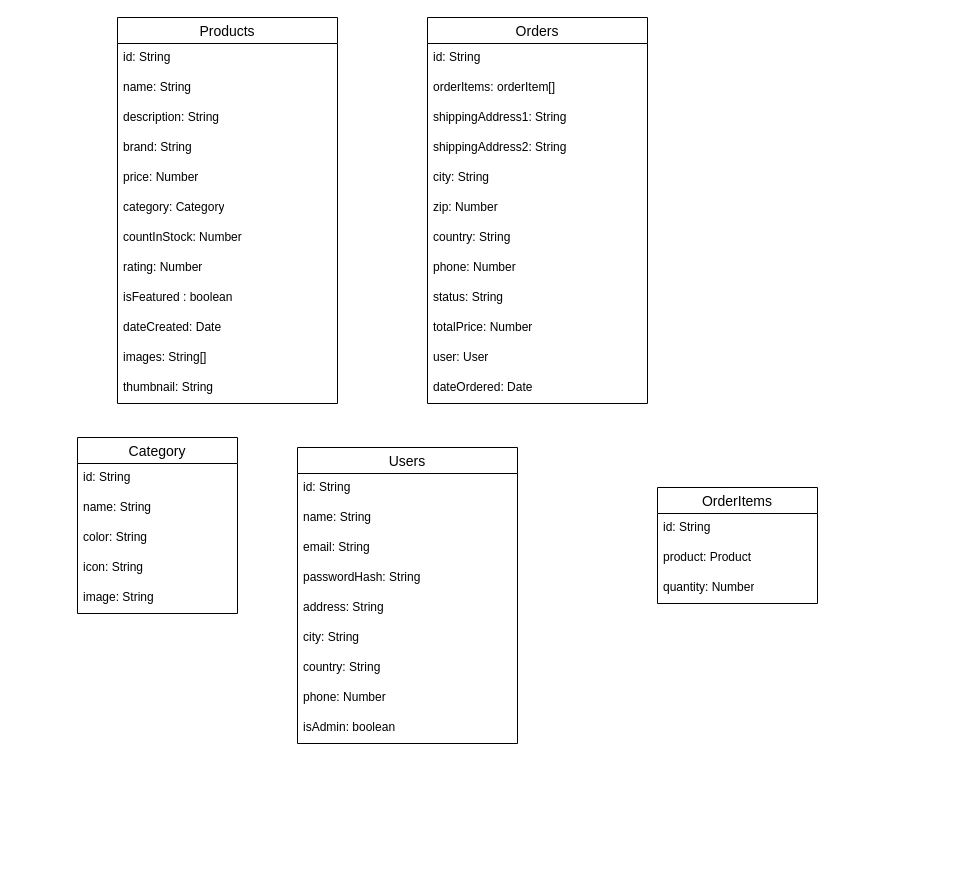
Earlier version of the draw.io diagram ecommerce_ERD.drawio (KhuzaimaKhalid/E-Shop). Source tidied: cells renumbered, new cells numbered last; positions are measured from the earlier drawing's top-left corner, leaving out a move shared by most shapes. Both pictures are drawn from the tidied source at 100%, with x=0, y=0 at pixel (77, 17).
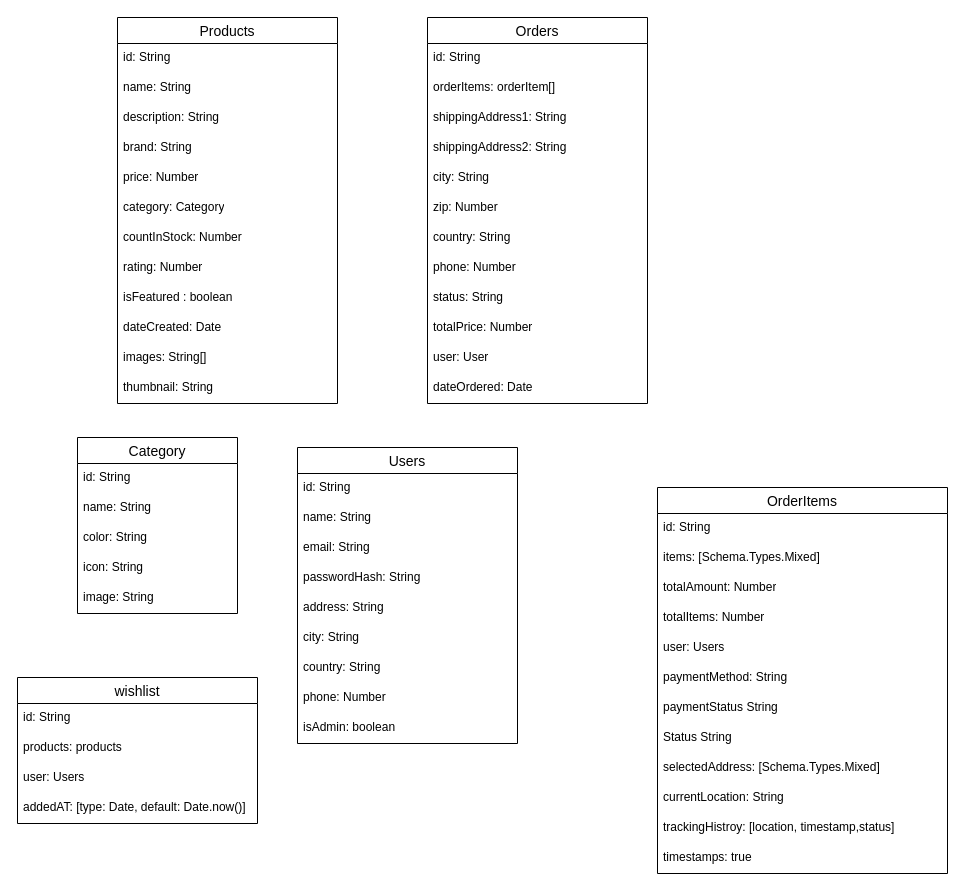
The same diagram, later.

The edit, as a diff of the source:
```diff
@@
     <mxCell id="44" value="OrderItems" style="swimlane;fontStyle=0;horizontal=1;startSize=26;align=center;fontSize=14;" parent="1" vertex="1">
-      <mxGeometry x="580" y="470" width="160" height="116" as="geometry" />
+      <mxGeometry x="580" y="470" width="290" height="386" as="geometry" />
     </mxCell>
     <mxCell id="45" value="id: String" style="text;strokeColor=none;fillColor=none;spacingLeft=4;spacingRight=4;overflow=hidden;fontSize=12;whiteSpace=wrap;html=1;" parent="44" vertex="1">
-      <mxGeometry y="26" width="160" height="30" as="geometry" />
+      <mxGeometry y="26" width="290" height="30" as="geometry" />
     </mxCell>
-    <mxCell id="46" value="product: Product" style="text;strokeColor=none;fillColor=none;spacingLeft=4;spacingRight=4;overflow=hidden;fontSize=12;whiteSpace=wrap;html=1;" parent="44" vertex="1">
-      <mxGeometry y="56" width="160" height="30" as="geometry" />
+    <mxCell id="46" value="items: [Schema.Types.Mixed]" style="text;strokeColor=none;fillColor=none;spacingLeft=4;spacingRight=4;overflow=hidden;fontSize=12;whiteSpace=wrap;html=1;" parent="44" vertex="1">
+      <mxGeometry y="56" width="290" height="30" as="geometry" />
     </mxCell>
-    <mxCell id="47" value="quantity: Number" style="text;strokeColor=none;fillColor=none;spacingLeft=4;spacingRight=4;overflow=hidden;fontSize=12;whiteSpace=wrap;html=1;" parent="44" vertex="1">
-      <mxGeometry y="86" width="160" height="30" as="geometry" />
+    <mxCell id="47" value="totalAmount: Number" style="text;strokeColor=none;fillColor=none;spacingLeft=4;spacingRight=4;overflow=hidden;fontSize=12;whiteSpace=wrap;html=1;" parent="44" vertex="1">
+      <mxGeometry y="86" width="290" height="30" as="geometry" />
     </mxCell>
+    <mxCell id="48" value="totalItems: Number" style="text;strokeColor=none;fillColor=none;spacingLeft=4;spacingRight=4;overflow=hidden;fontSize=12;whiteSpace=wrap;html=1;" parent="44" vertex="1">
+      <mxGeometry y="116" width="290" height="30" as="geometry" />
+    </mxCell>
+    <mxCell id="49" value="user: Users" style="text;strokeColor=none;fillColor=none;spacingLeft=4;spacingRight=4;overflow=hidden;fontSize=12;whiteSpace=wrap;html=1;" parent="44" vertex="1">
+      <mxGeometry y="146" width="290" height="30" as="geometry" />
+    </mxCell>
+    <mxCell id="50" value="paymentMethod: String" style="text;strokeColor=none;fillColor=none;spacingLeft=4;spacingRight=4;overflow=hidden;fontSize=12;whiteSpace=wrap;html=1;" parent="44" vertex="1">
+      <mxGeometry y="176" width="290" height="30" as="geometry" />
+    </mxCell>
+    <mxCell id="51" value="paymentStatus String" style="text;strokeColor=none;fillColor=none;spacingLeft=4;spacingRight=4;overflow=hidden;fontSize=12;whiteSpace=wrap;html=1;" parent="44" vertex="1">
+      <mxGeometry y="206" width="290" height="30" as="geometry" />
+    </mxCell>
+    <mxCell id="52" value="Status String" style="text;strokeColor=none;fillColor=none;spacingLeft=4;spacingRight=4;overflow=hidden;fontSize=12;whiteSpace=wrap;html=1;" parent="44" vertex="1">
+      <mxGeometry y="236" width="290" height="30" as="geometry" />
+    </mxCell>
+    <mxCell id="53" value="selectedAddress: [Schema.Types.Mixed]" style="text;strokeColor=none;fillColor=none;spacingLeft=4;spacingRight=4;overflow=hidden;fontSize=12;whiteSpace=wrap;html=1;" parent="44" vertex="1">
+      <mxGeometry y="266" width="290" height="30" as="geometry" />
+    </mxCell>
+    <mxCell id="54" value="currentLocation: String" style="text;strokeColor=none;fillColor=none;spacingLeft=4;spacingRight=4;overflow=hidden;fontSize=12;whiteSpace=wrap;html=1;" parent="44" vertex="1">
+      <mxGeometry y="296" width="290" height="30" as="geometry" />
+    </mxCell>
+    <mxCell id="55" value="trackingHistroy: [location, timestamp,status]" style="text;strokeColor=none;fillColor=none;spacingLeft=4;spacingRight=4;overflow=hidden;fontSize=12;whiteSpace=wrap;html=1;" parent="44" vertex="1">
+      <mxGeometry y="326" width="290" height="30" as="geometry" />
+    </mxCell>
+    <mxCell id="56" value="timestamps: true" style="text;strokeColor=none;fillColor=none;spacingLeft=4;spacingRight=4;overflow=hidden;fontSize=12;whiteSpace=wrap;html=1;" parent="44" vertex="1">
+      <mxGeometry y="356" width="290" height="30" as="geometry" />
+    </mxCell>
+    <mxCell id="57" value="wishlist" style="swimlane;fontStyle=0;horizontal=1;startSize=26;align=center;fontSize=14;" parent="1" vertex="1">
+      <mxGeometry x="-60" y="660" width="240" height="146" as="geometry" />
+    </mxCell>
+    <mxCell id="58" value="id: String" style="text;strokeColor=none;fillColor=none;spacingLeft=4;spacingRight=4;overflow=hidden;fontSize=12;whiteSpace=wrap;html=1;" parent="57" vertex="1">
+      <mxGeometry y="26" width="240" height="30" as="geometry" />
+    </mxCell>
+    <mxCell id="59" value="products: products" style="text;strokeColor=none;fillColor=none;spacingLeft=4;spacingRight=4;overflow=hidden;fontSize=12;whiteSpace=wrap;html=1;" parent="57" vertex="1">
+      <mxGeometry y="56" width="240" height="30" as="geometry" />
+    </mxCell>
+    <mxCell id="60" value="user: Users" style="text;strokeColor=none;fillColor=none;spacingLeft=4;spacingRight=4;overflow=hidden;fontSize=12;whiteSpace=wrap;html=1;" parent="57" vertex="1">
+      <mxGeometry y="86" width="240" height="30" as="geometry" />
+    </mxCell>
+    <mxCell id="61" value="addedAT: [type: Date, default: Date.now()]" style="text;strokeColor=none;fillColor=none;spacingLeft=4;spacingRight=4;overflow=hidden;fontSize=12;whiteSpace=wrap;html=1;" parent="57" vertex="1">
+      <mxGeometry y="116" width="240" height="30" as="geometry" />
+    </mxCell>
```
